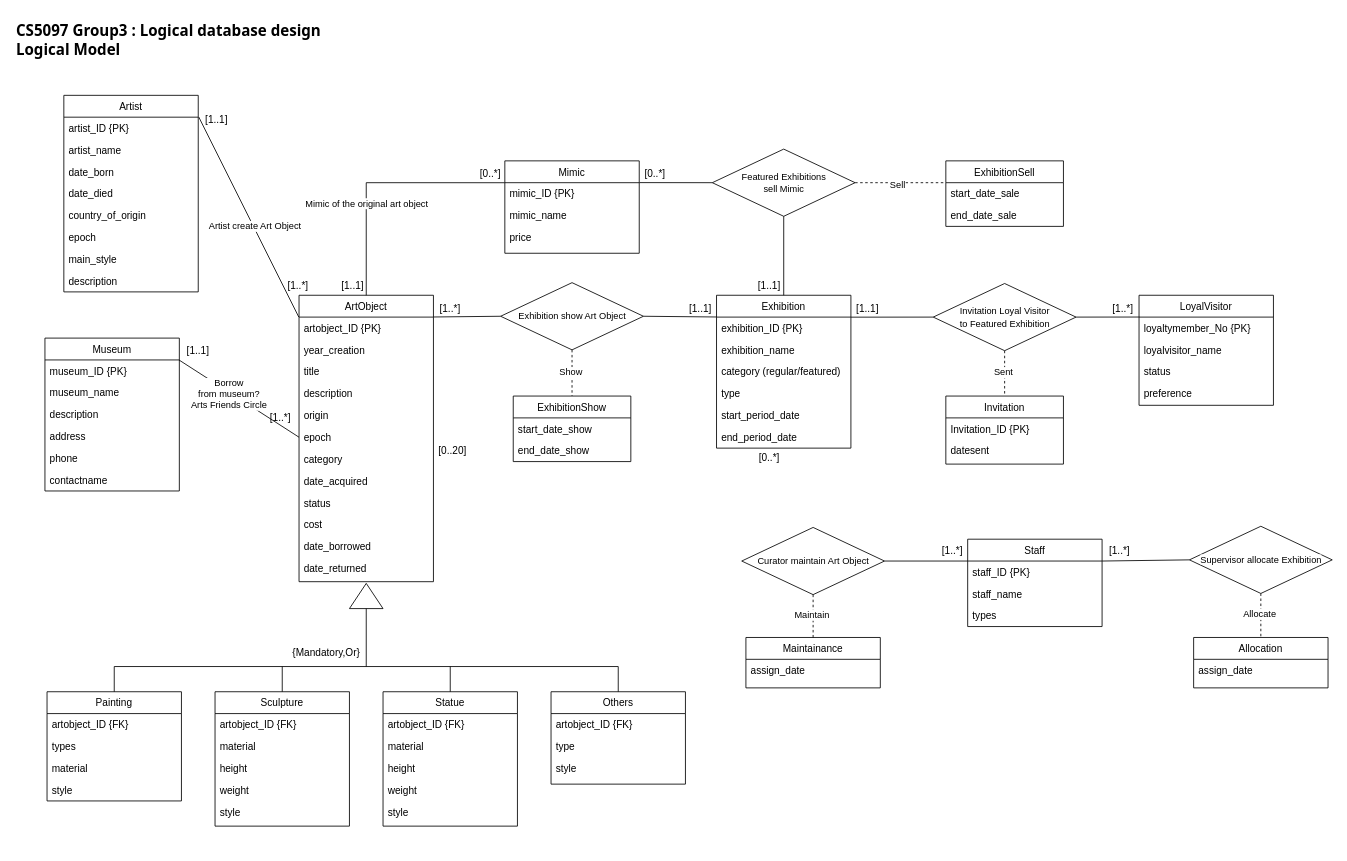
This is Group3_EER_Logical-model.drawio from chanokchut/CS5097, a draw.io file, before an edit. Source tidied: cells renumbered, new cells numbered last; positions are measured from the earlier drawing's top-left corner, leaving out a move shared by most shapes. Both pictures are drawn from the tidied source at 84%, with x=0, y=0 at pixel (14, 14).
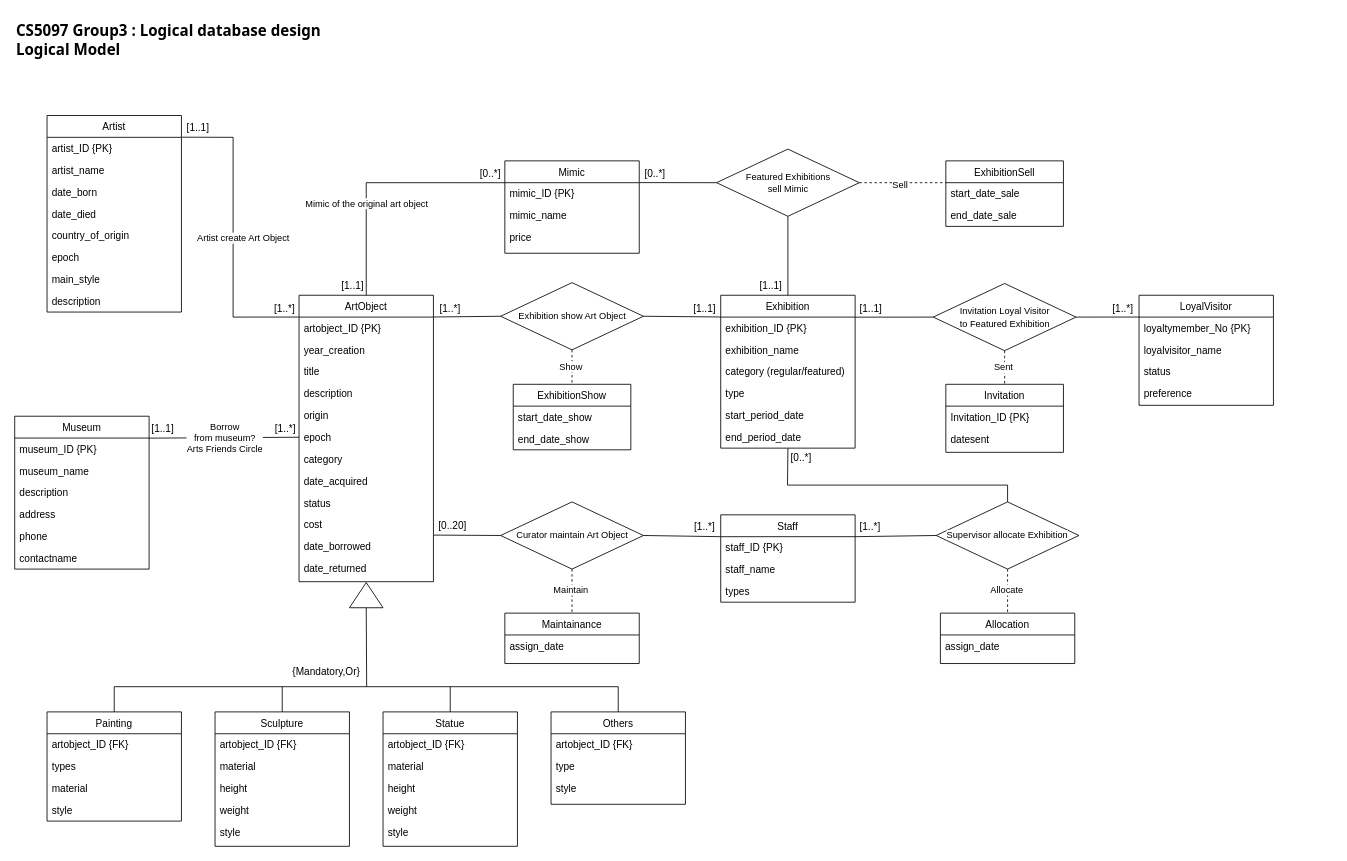
The same page after the edit.

Unchanged cells that the change refers to:
```xml
<mxCell id="10" value="artobject_ID {PK}" style="text;align=left;verticalAlign=top;spacingLeft=4;spacingRight=4;overflow=hidden;points=[[0,0.5],[1,0.5]];portConstraint=eastwest;" parent="9" vertex="1">
  <mxGeometry y="26" width="160" height="26" as="geometry" />
</mxCell>
<mxCell id="20" value="date_borrowed" style="text;align=left;verticalAlign=top;spacingLeft=4;spacingRight=4;overflow=hidden;points=[[0,0.5],[1,0.5]];portConstraint=eastwest;" parent="9" vertex="1">
  <mxGeometry y="286" width="160" height="26" as="geometry" />
</mxCell>
<mxCell id="23" value="artist_ID {PK}" style="text;align=left;verticalAlign=top;spacingLeft=4;spacingRight=4;overflow=hidden;points=[[0,0.5],[1,0.5]];portConstraint=eastwest;" parent="22" vertex="1">
  <mxGeometry y="26" width="160" height="26" as="geometry" />
</mxCell>
<mxCell id="63" style="endArrow=none;html=1;rounded=0;exitX=0;exitY=0.5;exitDx=0;exitDy=0;entryX=0.998;entryY=0.004;entryDx=0;entryDy=0;entryPerimeter=0;" parent="1" edge="1" source="15" target="3">
  <mxGeometry relative="1" as="geometry" />
</mxCell>
```

What changed in the source:
```diff
@@
     <mxCell id="2" value="Museum" style="swimlane;fontStyle=0;align=center;verticalAlign=top;horizontal=1;startSize=26;rounded=0;shadow=0;strokeWidth=1;" parent="1" vertex="1">
-      <mxGeometry x="36" y="385" width="160" height="182" as="geometry" />
+      <mxGeometry y="478" width="160" height="182" as="geometry" />
     </mxCell>
@@
     <mxCell id="22" value="Artist" style="swimlane;fontStyle=0;align=center;verticalAlign=top;horizontal=1;startSize=26;rounded=0;shadow=0;strokeWidth=1;" parent="1" vertex="1">
-      <mxGeometry x="58.5" y="96" width="160" height="234" as="geometry" />
+      <mxGeometry x="38.5" y="120" width="160" height="234" as="geometry" />
     </mxCell>
@@
     <mxCell id="31" value="Exhibition" style="swimlane;fontStyle=0;align=center;verticalAlign=top;horizontal=1;startSize=26;rounded=0;shadow=0;strokeWidth=1;" parent="1" vertex="1">
-      <mxGeometry x="835.5" y="334" width="160" height="182" as="geometry" />
+      <mxGeometry x="840.5" y="334" width="160" height="182" as="geometry" />
     </mxCell>
@@
     <mxCell id="47" value="Staff" style="swimlane;fontStyle=0;align=center;verticalAlign=top;horizontal=1;startSize=26;rounded=0;shadow=0;strokeWidth=1;" parent="1" vertex="1">
-      <mxGeometry x="1134.5" y="624.4" width="160" height="104" as="geometry" />
+      <mxGeometry x="840.5" y="595.4" width="160" height="104" as="geometry" />
     </mxCell>
@@
     <mxCell id="51" value="Maintainance" style="swimlane;fontStyle=0;align=center;verticalAlign=top;horizontal=1;startSize=26;rounded=0;shadow=0;strokeWidth=1;" parent="1" vertex="1">
-      <mxGeometry x="870.5" y="741.4" width="160" height="60" as="geometry" />
+      <mxGeometry x="583.5" y="712.4" width="160" height="60" as="geometry" />
     </mxCell>
@@
     <mxCell id="53" value="Allocation" style="swimlane;fontStyle=0;align=center;verticalAlign=top;horizontal=1;startSize=26;rounded=0;shadow=0;strokeWidth=1;" parent="1" vertex="1">
-      <mxGeometry x="1403.5" y="741.4" width="160" height="60" as="geometry" />
+      <mxGeometry x="1102" y="712.4" width="160" height="60" as="geometry" />
     </mxCell>
@@
     <mxCell id="59" style="endArrow=none;html=1;rounded=0;exitX=1.004;exitY=-0.007;exitDx=0;exitDy=0;exitPerimeter=0;entryX=-0.002;entryY=-0.003;entryDx=0;entryDy=0;entryPerimeter=0;" parent="1" edge="1" source="23" target="10">
-      <mxGeometry relative="1" as="geometry" />
+      <mxGeometry relative="1" as="geometry">
+        <Array as="points">
+          <mxPoint x="260" y="146" />
+          <mxPoint x="260" y="360" />
+        </Array>
+      </mxGeometry>
     </mxCell>
     <mxCell id="60" value="Artist create Art Object" style="edgeLabel;html=1;align=center;verticalAlign=middle;" parent="59" vertex="1">
       <mxGeometry x="-0.07" relative="1" as="geometry">
-        <mxPoint x="11" y="19" as="offset" />
+        <mxPoint x="11" y="16" as="offset" />
       </mxGeometry>
     </mxCell>
     <mxCell id="61" value="[1..1]" style="text;html=1;align=center;verticalAlign=middle;whiteSpace=wrap;rounded=0;" parent="1" vertex="1">
-      <mxGeometry x="217.5" y="111" width="45" height="30" as="geometry" />
+      <mxGeometry x="195.5" y="120" width="45" height="30" as="geometry" />
     </mxCell>
     <mxCell id="62" value="[1..*]" style="text;html=1;align=center;verticalAlign=middle;whiteSpace=wrap;rounded=0;" parent="1" vertex="1">
-      <mxGeometry x="314.5" y="308" width="45" height="30" as="geometry" />
+      <mxGeometry x="299" y="336" width="45" height="30" as="geometry" />
     </mxCell>
@@
     <mxCell id="64" value="&lt;div&gt;Borrow&lt;br&gt;from museum?&lt;/div&gt;&lt;div&gt;Arts Friends Circle&lt;/div&gt;" style="edgeLabel;html=1;align=center;verticalAlign=middle;" parent="63" vertex="1">
       <mxGeometry x="-0.09" y="-1" relative="1" as="geometry">
-        <mxPoint x="-20" y="-9" as="offset" />
+        <mxPoint x="-8" y="1" as="offset" />
       </mxGeometry>
     </mxCell>
     <mxCell id="65" value="[1..*]" style="text;html=1;align=center;verticalAlign=middle;whiteSpace=wrap;rounded=0;" parent="1" vertex="1">
-      <mxGeometry x="293.5" y="465" width="45" height="30" as="geometry" />
+      <mxGeometry x="300" y="478" width="45" height="30" as="geometry" />
     </mxCell>
     <mxCell id="66" value="[1..1]" style="text;html=1;align=center;verticalAlign=middle;whiteSpace=wrap;rounded=0;" parent="1" vertex="1">
-      <mxGeometry x="196" y="385" width="45" height="30" as="geometry" />
+      <mxGeometry x="153.5" y="478" width="45" height="30" as="geometry" />
     </mxCell>
     <mxCell id="67" value="&lt;span style=&quot;font-size: 11px; text-wrap-mode: nowrap; background-color: rgb(255, 255, 255);&quot;&gt;Featured Exhibitions&lt;/span&gt;&lt;div&gt;&lt;span style=&quot;font-size: 11px; text-wrap-mode: nowrap; background-color: rgb(255, 255, 255);&quot;&gt;sell Mimic&lt;/span&gt;&lt;/div&gt;" style="rhombus;whiteSpace=wrap;html=1;" parent="1" vertex="1">
-      <mxGeometry x="830.5" y="160" width="170" height="80" as="geometry" />
+      <mxGeometry x="835.5" y="160" width="170" height="80" as="geometry" />
     </mxCell>
@@
     <mxCell id="79" value="ExhibitionShow" style="swimlane;fontStyle=0;align=center;verticalAlign=top;horizontal=1;startSize=26;rounded=0;shadow=0;strokeWidth=1;" parent="1" vertex="1">
-      <mxGeometry x="593.5" y="454" width="140" height="78" as="geometry" />
+      <mxGeometry x="593.5" y="440" width="140" height="78" as="geometry" />
     </mxCell>
@@
     <mxCell id="82" value="&lt;span style=&quot;font-size: 11px; text-wrap-mode: nowrap; background-color: rgb(255, 255, 255);&quot;&gt;Curator maintain Art Object&lt;/span&gt;" style="rhombus;whiteSpace=wrap;html=1;" parent="1" vertex="1">
-      <mxGeometry x="865.5" y="610.4" width="170" height="80" as="geometry" />
+      <mxGeometry x="578.5" y="580" width="170" height="80" as="geometry" />
     </mxCell>
     <mxCell id="83" value="&lt;span style=&quot;font-size: 11px; text-wrap-mode: nowrap; background-color: rgb(255, 255, 255);&quot;&gt;Supervisor allocate Exhibition&lt;/span&gt;" style="rhombus;whiteSpace=wrap;html=1;" parent="1" vertex="1">
-      <mxGeometry x="1398.5" y="609" width="170" height="80" as="geometry" />
+      <mxGeometry x="1097" y="580" width="170" height="80" as="geometry" />
     </mxCell>
@@
     <mxCell id="91" value="[1..1]" style="text;html=1;align=center;verticalAlign=middle;whiteSpace=wrap;rounded=0;" parent="1" vertex="1">
-      <mxGeometry x="793.5" y="336" width="45" height="30" as="geometry" />
+      <mxGeometry x="798.5" y="336" width="45" height="30" as="geometry" />
     </mxCell>
@@
     <mxCell id="97" value="Invitation" style="swimlane;fontStyle=0;align=center;verticalAlign=top;horizontal=1;startSize=26;rounded=0;shadow=0;strokeWidth=1;" parent="1" vertex="1">
-      <mxGeometry x="1108.5" y="454" width="140" height="81" as="geometry" />
+      <mxGeometry x="1108.5" y="440" width="140" height="81" as="geometry" />
     </mxCell>
@@
     <mxCell id="103" value="[1..1]" style="text;html=1;align=center;verticalAlign=middle;whiteSpace=wrap;rounded=0;" parent="1" vertex="1">
-      <mxGeometry x="875.5" y="308" width="45" height="30" as="geometry" />
+      <mxGeometry x="877.5" y="308" width="45" height="30" as="geometry" />
     </mxCell>
     <mxCell id="104" value="[1..1]" style="text;html=1;align=center;verticalAlign=middle;whiteSpace=wrap;rounded=0;" parent="1" vertex="1">
-      <mxGeometry x="992.5" y="336" width="45" height="30" as="geometry" />
+      <mxGeometry x="996.5" y="336" width="45" height="30" as="geometry" />
     </mxCell>
@@
     <mxCell id="106" value="[1..*]" style="text;html=1;align=center;verticalAlign=middle;whiteSpace=wrap;rounded=0;" parent="1" vertex="1">
-      <mxGeometry x="1292.5" y="624.4" width="45" height="30" as="geometry" />
+      <mxGeometry x="996" y="595.4" width="45" height="30" as="geometry" />
     </mxCell>
     <mxCell id="107" value="[0..*]" style="text;html=1;align=center;verticalAlign=middle;whiteSpace=wrap;rounded=0;" parent="1" vertex="1">
-      <mxGeometry x="875.5" y="513" width="45" height="30" as="geometry" />
+      <mxGeometry x="914" y="513" width="45" height="30" as="geometry" />
     </mxCell>
     <mxCell id="108" value="[0..20]" style="text;html=1;align=center;verticalAlign=middle;whiteSpace=wrap;rounded=0;" parent="1" vertex="1">
-      <mxGeometry x="498.5" y="505" width="45" height="30" as="geometry" />
+      <mxGeometry x="498.5" y="594" width="45" height="30" as="geometry" />
     </mxCell>
     <mxCell id="109" value="[1..*]" style="text;html=1;align=center;verticalAlign=middle;whiteSpace=wrap;rounded=0;" parent="1" vertex="1">
-      <mxGeometry x="1093.5" y="624.4" width="45" height="30" as="geometry" />
+      <mxGeometry x="799" y="595.4" width="45" height="30" as="geometry" />
     </mxCell>
     <mxCell id="110" value="Painting" style="swimlane;fontStyle=0;align=center;verticalAlign=top;horizontal=1;startSize=26;rounded=0;shadow=0;strokeWidth=1;" parent="1" vertex="1">
-      <mxGeometry x="38.5" y="806" width="160" height="130" as="geometry" />
+      <mxGeometry x="38.5" y="830" width="160" height="130" as="geometry" />
     </mxCell>
@@
     <mxCell id="115" value="Sculpture" style="swimlane;fontStyle=0;align=center;verticalAlign=top;horizontal=1;startSize=26;rounded=0;shadow=0;strokeWidth=1;" parent="1" vertex="1">
-      <mxGeometry x="238.5" y="806" width="160" height="160" as="geometry" />
+      <mxGeometry x="238.5" y="830" width="160" height="160" as="geometry" />
     </mxCell>
@@
     <mxCell id="121" value="Others" style="swimlane;fontStyle=0;align=center;verticalAlign=top;horizontal=1;startSize=26;rounded=0;shadow=0;strokeWidth=1;" parent="1" vertex="1">
-      <mxGeometry x="638.5" y="806" width="160" height="110" as="geometry" />
+      <mxGeometry x="638.5" y="830" width="160" height="110" as="geometry" />
     </mxCell>
@@
     <mxCell id="125" value="Statue" style="swimlane;fontStyle=0;align=center;verticalAlign=top;horizontal=1;startSize=26;rounded=0;shadow=0;strokeWidth=1;" parent="1" vertex="1">
-      <mxGeometry x="438.5" y="806" width="160" height="160" as="geometry" />
+      <mxGeometry x="438.5" y="830" width="160" height="160" as="geometry" />
     </mxCell>
@@
     <mxCell id="131" style="triangle;whiteSpace=wrap;html=1;rotation=-90;" parent="1" vertex="1">
-      <mxGeometry x="403.5" y="672" width="30" height="40" as="geometry" />
+      <mxGeometry x="403.5" y="671" width="30" height="40" as="geometry" />
     </mxCell>
     <mxCell id="132" style="endArrow=none;html=1;rounded=0;exitX=0;exitY=0.5;exitDx=0;exitDy=0;" parent="1" edge="1" source="131">
       <mxGeometry relative="1" as="geometry">
-        <mxPoint x="418.5" y="776" as="targetPoint" />
+        <mxPoint x="419" y="800" as="targetPoint" />
       </mxGeometry>
     </mxCell>
     <mxCell id="133" style="endArrow=none;html=1;rounded=0;" parent="1" edge="1">
       <mxGeometry relative="1" as="geometry">
-        <mxPoint x="118.5" y="776" as="sourcePoint" />
-        <mxPoint x="718.5" y="776" as="targetPoint" />
+        <mxPoint x="118.5" y="800" as="sourcePoint" />
+        <mxPoint x="718.5" y="800" as="targetPoint" />
       </mxGeometry>
     </mxCell>
     <mxCell id="134" style="endArrow=none;html=1;rounded=0;entryX=0.5;entryY=0;entryDx=0;entryDy=0;" parent="1" edge="1" target="115">
       <mxGeometry relative="1" as="geometry">
-        <mxPoint x="318.5" y="776" as="sourcePoint" />
+        <mxPoint x="318.5" y="800" as="sourcePoint" />
       </mxGeometry>
     </mxCell>
     <mxCell id="135" style="endArrow=none;html=1;rounded=0;entryX=0.5;entryY=0;entryDx=0;entryDy=0;" parent="1" edge="1" target="125">
       <mxGeometry relative="1" as="geometry">
-        <mxPoint x="518.5" y="776" as="sourcePoint" />
+        <mxPoint x="518.5" y="800" as="sourcePoint" />
       </mxGeometry>
     </mxCell>
     <mxCell id="136" style="endArrow=none;html=1;rounded=0;entryX=0.5;entryY=0;entryDx=0;entryDy=0;" parent="1" edge="1" target="121">
       <mxGeometry relative="1" as="geometry">
-        <mxPoint x="718.5" y="776" as="sourcePoint" />
+        <mxPoint x="718.5" y="800" as="sourcePoint" />
       </mxGeometry>
     </mxCell>
     <mxCell id="137" style="endArrow=none;html=1;rounded=0;entryX=0.5;entryY=0;entryDx=0;entryDy=0;" parent="1" edge="1" target="110">
       <mxGeometry relative="1" as="geometry">
-        <mxPoint x="118.5" y="776" as="sourcePoint" />
+        <mxPoint x="118.5" y="800" as="sourcePoint" />
       </mxGeometry>
     </mxCell>
     <mxCell id="138" value="{Mandatory,Or}" style="text;whiteSpace=wrap;" parent="1" vertex="1">
-      <mxGeometry x="328.5" y="746" width="90" height="30" as="geometry" />
+      <mxGeometry x="328.5" y="768" width="90" height="30" as="geometry" />
     </mxCell>
+    <mxCell id="139" style="endArrow=none;html=1;rounded=0;exitX=0;exitY=0.5;exitDx=0;exitDy=0;entryX=1.003;entryY=-0.018;entryDx=0;entryDy=0;entryPerimeter=0;" parent="1" edge="1" source="82" target="20">
+      <mxGeometry relative="1" as="geometry" />
+    </mxCell>
+    <mxCell id="140" style="endArrow=none;html=1;rounded=0;exitX=0.5;exitY=1;exitDx=0;exitDy=0;entryX=0.5;entryY=0;entryDx=0;entryDy=0;" parent="1" edge="1" source="31" target="83">
+      <mxGeometry relative="1" as="geometry">
+        <Array as="points">
+          <mxPoint x="920" y="560" />
+          <mxPoint x="1050" y="560" />
+          <mxPoint x="1182" y="560" />
+        </Array>
+      </mxGeometry>
+    </mxCell>
```
